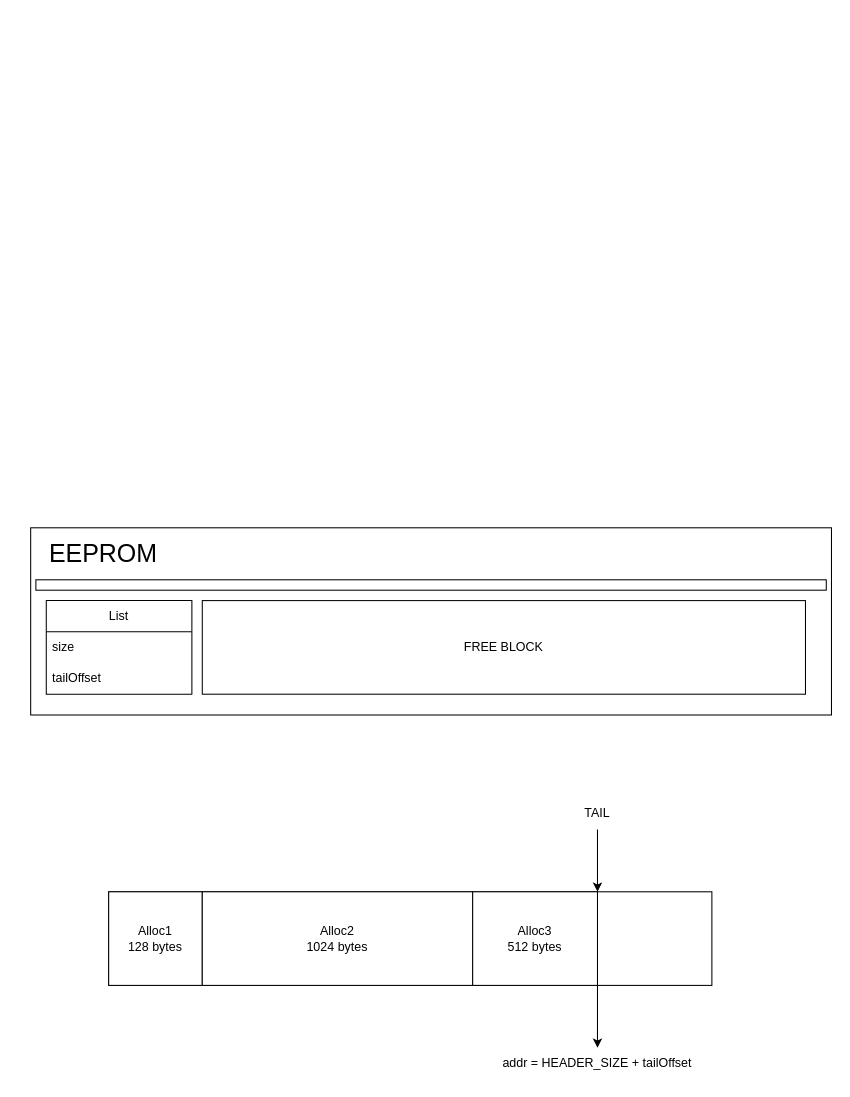
Earlier version of the draw.io diagram mem_alloc.drawio (PedroFerrariBarbosa202/EEPROMFileSystem). Source tidied: cells renumbered, new cells numbered last; positions are measured from the earlier drawing's top-left corner, leaving out a move shared by most shapes. Both pictures are drawn from the tidied source at 104%, with x=0, y=0 at pixel (30, 527).
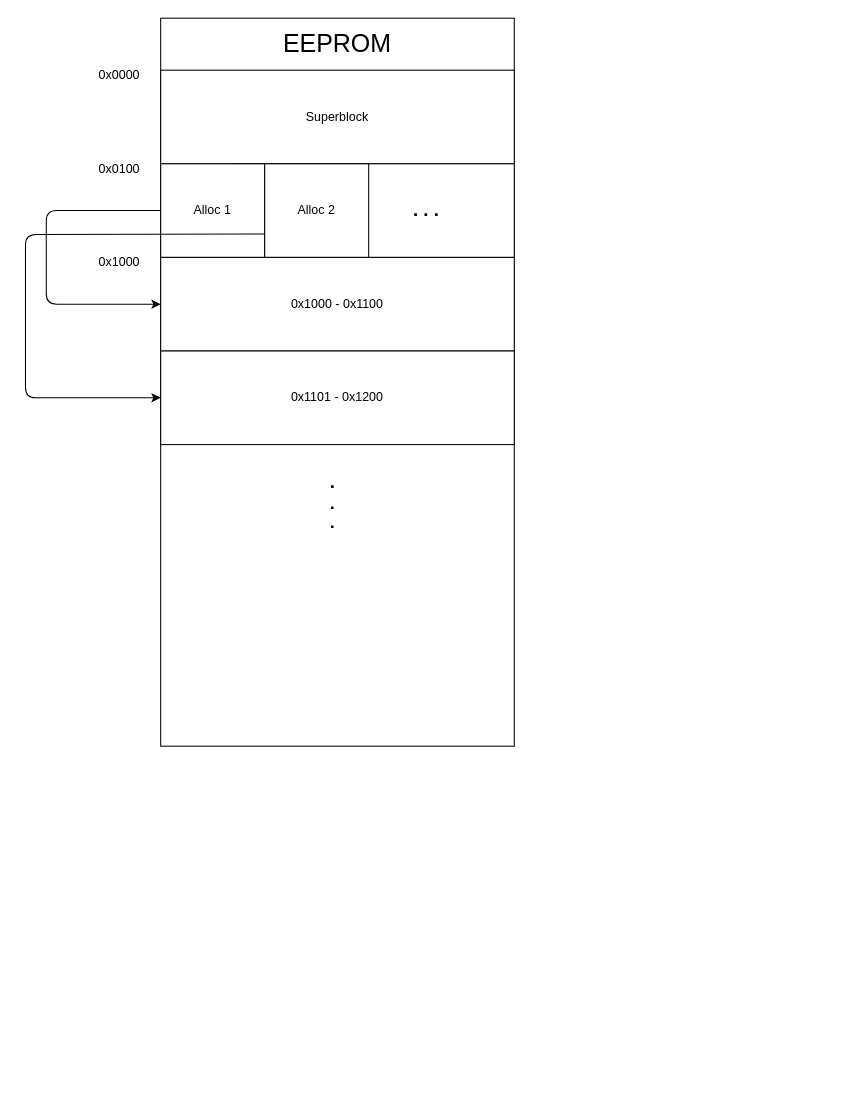
The same diagram, later.

Change to the diagram source:
```diff
@@
     <mxCell id="2" style="rounded=0;whiteSpace=wrap;html=1;" parent="1" vertex="1">
-      <mxGeometry width="770" height="180" as="geometry" />
+      <mxGeometry x="125" y="-490" width="340" height="700" as="geometry" />
     </mxCell>
-    <mxCell id="3" value="FREE BLOCK" style="rounded=0;whiteSpace=wrap;html=1;" parent="1" vertex="1">
-      <mxGeometry x="165" y="70" width="580" height="90" as="geometry" />
-    </mxCell>
     <mxCell id="4" value="&lt;font style=&quot;font-size: 24px;&quot;&gt;EEPROM&lt;/font&gt;" style="text;html=1;align=center;verticalAlign=middle;whiteSpace=wrap;rounded=0;" parent="1" vertex="1">
-      <mxGeometry x="35" y="10" width="70" height="30" as="geometry" />
+      <mxGeometry x="260" y="-480" width="70" height="30" as="geometry" />
     </mxCell>
-    <mxCell id="5" style="rounded=0;whiteSpace=wrap;html=1;" parent="1" vertex="1">
-      <mxGeometry x="5" y="50" width="760" height="10" as="geometry" />
-    </mxCell>
-    <mxCell id="6" value="List" style="swimlane;fontStyle=0;horizontal=1;startSize=30;whiteSpace=wrap;html=1;" parent="1" vertex="1">
-      <mxGeometry x="15" y="70" width="140" height="90" as="geometry" />
-    </mxCell>
-    <mxCell id="7" value="size" style="text;strokeColor=none;fillColor=none;align=left;verticalAlign=middle;spacingLeft=4;spacingRight=4;overflow=hidden;whiteSpace=wrap;html=1;" parent="6" vertex="1">
-      <mxGeometry y="30" width="140" height="30" as="geometry" />
-    </mxCell>
-    <mxCell id="8" value="tailOffset" style="text;strokeColor=none;fillColor=none;align=left;verticalAlign=middle;spacingLeft=4;spacingRight=4;overflow=hidden;whiteSpace=wrap;html=1;" parent="6" vertex="1">
-      <mxGeometry y="60" width="140" height="30" as="geometry" />
-    </mxCell>
-    <mxCell id="9" style="rounded=0;whiteSpace=wrap;html=1;" parent="1" vertex="1">
-      <mxGeometry x="75" y="350" width="580" height="90" as="geometry" />
-    </mxCell>
-    <mxCell id="10" value="Alloc1&lt;div&gt;128 bytes&lt;/div&gt;" style="whiteSpace=wrap;html=1;" parent="1" vertex="1">
-      <mxGeometry x="75" y="350" width="90" height="90" as="geometry" />
-    </mxCell>
-    <mxCell id="11" value="Alloc2&lt;div&gt;1024 bytes&lt;/div&gt;" style="rounded=0;whiteSpace=wrap;html=1;" parent="1" vertex="1">
-      <mxGeometry x="165" y="350" width="260" height="90" as="geometry" />
-    </mxCell>
-    <mxCell id="12" style="edgeStyle=none;html=1;exitX=1;exitY=1;exitDx=0;exitDy=0;" parent="1" edge="1" source="13" target="14">
-      <mxGeometry relative="1" as="geometry" />
-    </mxCell>
-    <mxCell id="13" value="Alloc3&lt;div&gt;512 bytes&lt;/div&gt;" style="rounded=0;whiteSpace=wrap;html=1;" parent="1" vertex="1">
-      <mxGeometry x="425" y="350" width="120" height="90" as="geometry" />
-    </mxCell>
-    <mxCell id="14" value="addr = HEADER_SIZE + tailOffset" style="text;html=1;align=center;verticalAlign=middle;whiteSpace=wrap;rounded=0;" parent="1" vertex="1">
-      <mxGeometry x="365" y="500" width="360" height="30" as="geometry" />
-    </mxCell>
-    <mxCell id="15" style="edgeStyle=none;html=1;exitX=0.5;exitY=1;exitDx=0;exitDy=0;entryX=1;entryY=0;entryDx=0;entryDy=0;" parent="1" edge="1" source="16" target="13">
-      <mxGeometry relative="1" as="geometry" />
-    </mxCell>
-    <mxCell id="16" value="TAIL" style="text;html=1;align=center;verticalAlign=middle;whiteSpace=wrap;rounded=0;" parent="1" vertex="1">
-      <mxGeometry x="515" y="260" width="60" height="30" as="geometry" />
-    </mxCell>
+    <mxCell id="17" value="Superblock" style="rounded=0;whiteSpace=wrap;html=1;" parent="1" vertex="1">
+      <mxGeometry x="125" y="-440" width="340" height="90" as="geometry" />
+    </mxCell>
+    <mxCell id="18" style="rounded=0;whiteSpace=wrap;html=1;" parent="1" vertex="1">
+      <mxGeometry x="195" y="-350" width="270" height="90" as="geometry" />
+    </mxCell>
+    <mxCell id="19" style="edgeStyle=none;html=1;exitX=0;exitY=0.5;exitDx=0;exitDy=0;entryX=0;entryY=0.5;entryDx=0;entryDy=0;" parent="1" edge="1" source="20" target="26">
+      <mxGeometry relative="1" as="geometry">
+        <Array as="points">
+          <mxPoint x="15" y="-305" />
+          <mxPoint x="15" y="-260" />
+          <mxPoint x="15" y="-215" />
+        </Array>
+      </mxGeometry>
+    </mxCell>
+    <mxCell id="20" value="Alloc 1" style="rounded=0;whiteSpace=wrap;html=1;" parent="1" vertex="1">
+      <mxGeometry x="125" y="-350" width="100" height="90" as="geometry" />
+    </mxCell>
+    <mxCell id="21" style="edgeStyle=none;html=1;exitX=0;exitY=0.75;exitDx=0;exitDy=0;entryX=0;entryY=0.5;entryDx=0;entryDy=0;" parent="1" edge="1" source="22" target="27">
+      <mxGeometry relative="1" as="geometry">
+        <Array as="points">
+          <mxPoint x="-5" y="-282" />
+          <mxPoint x="-5" y="-125" />
+        </Array>
+      </mxGeometry>
+    </mxCell>
+    <mxCell id="22" value="Alloc 2" style="rounded=0;whiteSpace=wrap;html=1;" parent="1" vertex="1">
+      <mxGeometry x="225" y="-350" width="100" height="90" as="geometry" />
+    </mxCell>
+    <mxCell id="23" value="0x0100" style="text;html=1;align=center;verticalAlign=middle;strokeColor=none;fillColor=none;" parent="1" vertex="1">
+      <mxGeometry x="55" y="-360" width="60" height="30" as="geometry" />
+    </mxCell>
+    <mxCell id="24" value="0x1000" style="text;html=1;align=center;verticalAlign=middle;strokeColor=none;fillColor=none;" parent="1" vertex="1">
+      <mxGeometry x="55" y="-270" width="60" height="30" as="geometry" />
+    </mxCell>
+    <mxCell id="25" value="0x0000" style="text;html=1;align=center;verticalAlign=middle;strokeColor=none;fillColor=none;" parent="1" vertex="1">
+      <mxGeometry x="55" y="-450" width="60" height="30" as="geometry" />
+    </mxCell>
+    <mxCell id="26" value="0x1000 - 0x1100" style="rounded=0;whiteSpace=wrap;html=1;" parent="1" vertex="1">
+      <mxGeometry x="125" y="-260" width="340" height="90" as="geometry" />
+    </mxCell>
+    <mxCell id="27" value="0x1101 - 0x1200" style="rounded=0;whiteSpace=wrap;html=1;" parent="1" vertex="1">
+      <mxGeometry x="125" y="-170" width="340" height="90" as="geometry" />
+    </mxCell>
+    <mxCell id="28" value="&lt;b&gt;&lt;font style=&quot;font-size: 18px;&quot;&gt;.&lt;/font&gt;&lt;/b&gt;&lt;div&gt;&lt;b&gt;&lt;font size=&quot;3&quot;&gt;.&lt;/font&gt;&lt;/b&gt;&lt;/div&gt;&lt;div&gt;&lt;b&gt;&lt;font size=&quot;3&quot;&gt;.&lt;/font&gt;&lt;/b&gt;&lt;/div&gt;" style="text;html=1;align=center;verticalAlign=middle;strokeColor=none;fillColor=none;" parent="1" vertex="1">
+      <mxGeometry x="275" y="-60" width="30" height="70" as="geometry" />
+    </mxCell>
+    <mxCell id="29" value="&lt;span style=&quot;font-size: 18px;&quot;&gt;&lt;b&gt;. . .&lt;/b&gt;&lt;/span&gt;" style="text;html=1;align=center;verticalAlign=middle;strokeColor=none;fillColor=none;" parent="1" vertex="1">
+      <mxGeometry x="355" y="-325" width="50" height="40" as="geometry" />
+    </mxCell>
```
